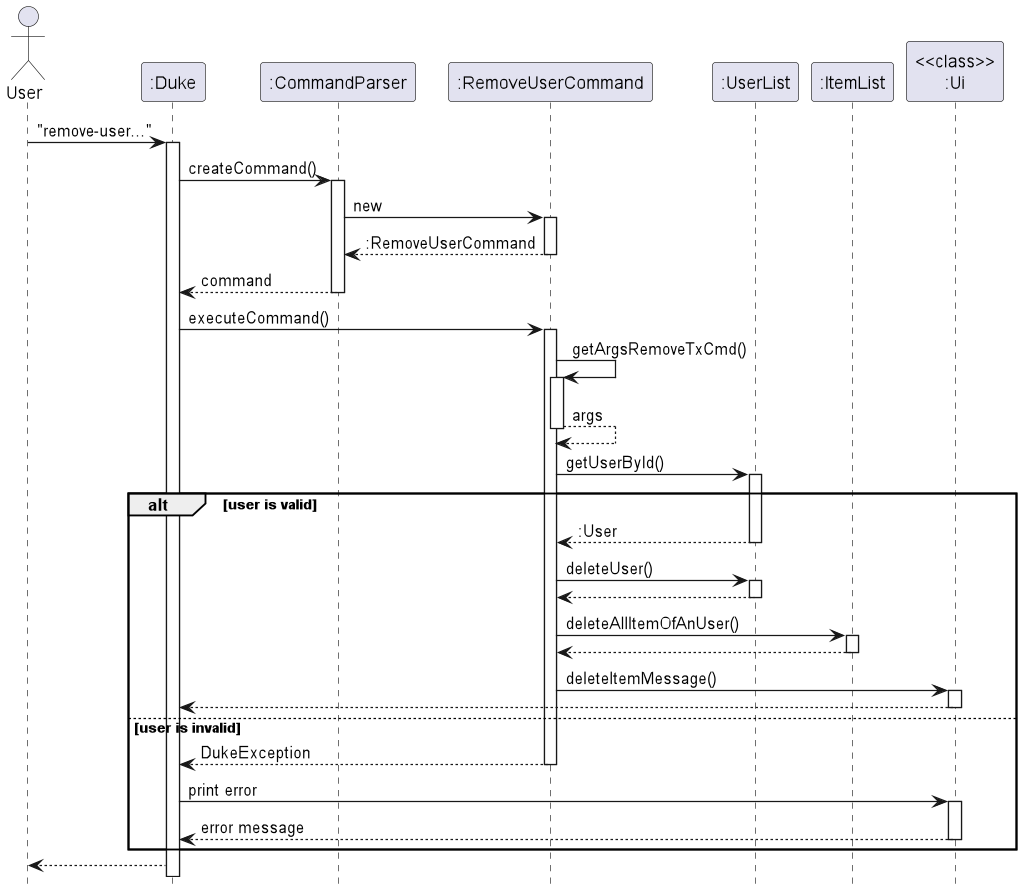
Before: docs/images/RemoveUserSequence.png, a diagram exported from PlantUML (nus-cs2113-AY2223S1/tp). Its source is kept beside it as docs/diagrams/user/RemoveUserSequence.puml.
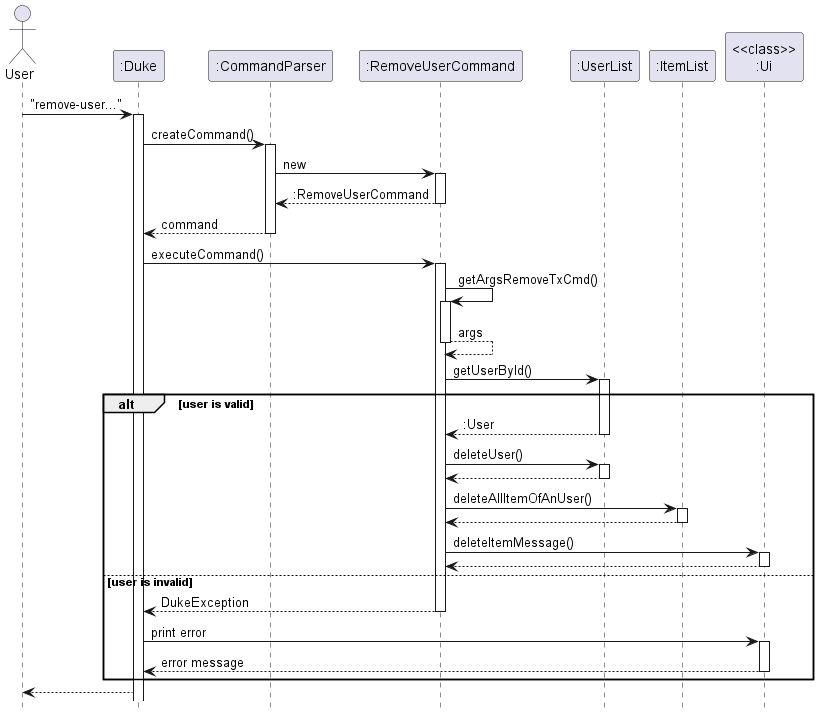
After the commit.

What changed in the source:
```diff
@@ -31,7 +31,7 @@
     return
     ":RemoveUserCommand" -> "<<class>>\n:Ui": deleteItemMessage()
     activate "<<class>>\n:Ui"
-    "<<class>>\n:Ui" --> ":Duke"
+    return
     deactivate "<<class>>\n:Ui"
     deactivate ":UserList"
 else user is invalid
```
